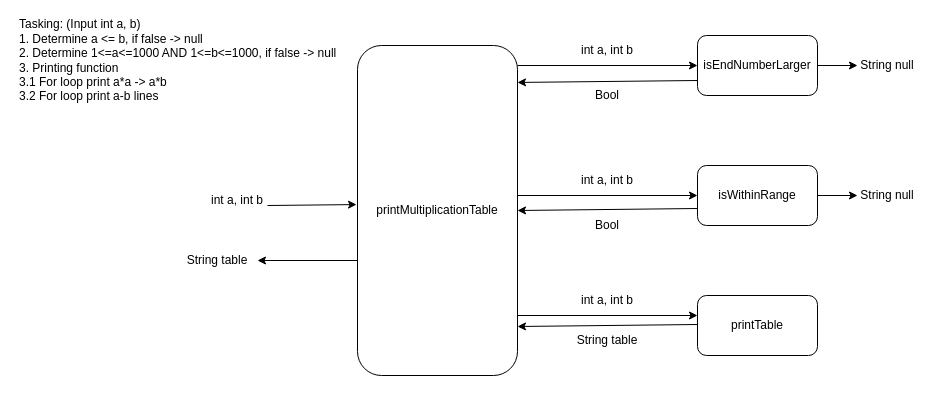
Above: n*n.drawio in tommy200401/Java_ConceptMap (draw.io), before the change. Source tidied: cells renumbered, new cells numbered last; positions are measured from the earlier drawing's top-left corner, leaving out a move shared by most shapes. Both pictures are drawn from the tidied source at 100%, with x=0, y=0 at pixel (17, 35).
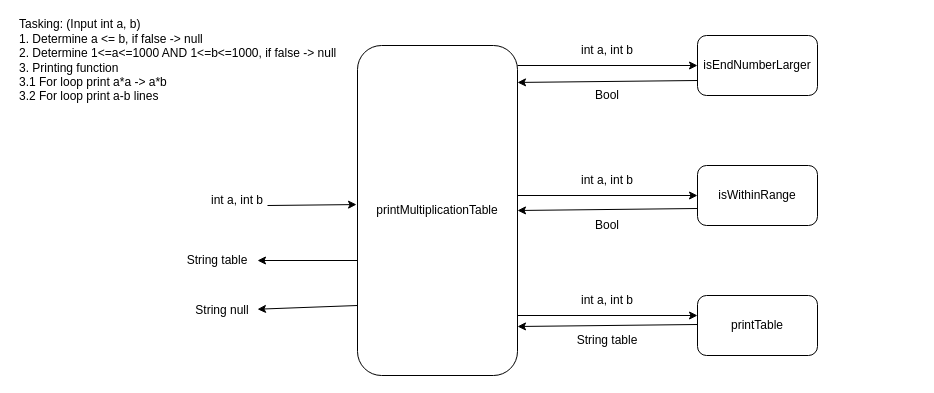
The same diagram, later.

Change to the diagram source:
```diff
@@
-    <mxCell id="11" style="endArrow=classic;html=1;rounded=0;" parent="1" edge="1" target="12">
-      <mxGeometry relative="1" as="geometry">
-        <mxPoint x="800" y="30" as="sourcePoint" />
-      </mxGeometry>
-    </mxCell>
-    <mxCell id="12" value="String null" style="text;html=1;strokeColor=none;fillColor=none;align=center;verticalAlign=middle;whiteSpace=wrap;rounded=0;" parent="1" vertex="1">
-      <mxGeometry x="840" y="15" width="60" height="30" as="geometry" />
-    </mxCell>
-    <mxCell id="13" style="endArrow=classic;html=1;rounded=0;" parent="1" edge="1" target="14">
-      <mxGeometry relative="1" as="geometry">
-        <mxPoint x="800" y="160" as="sourcePoint" />
-      </mxGeometry>
-    </mxCell>
-    <mxCell id="14" value="String null" style="text;html=1;strokeColor=none;fillColor=none;align=center;verticalAlign=middle;whiteSpace=wrap;rounded=0;" parent="1" vertex="1">
-      <mxGeometry x="840" y="145" width="60" height="30" as="geometry" />
-    </mxCell>
@@
+    <mxCell id="27" style="endArrow=classic;html=1;rounded=0;" parent="1" edge="1" target="28">
+      <mxGeometry relative="1" as="geometry">
+        <mxPoint x="340" y="270" as="sourcePoint" />
+      </mxGeometry>
+    </mxCell>
+    <mxCell id="28" value="String null" style="text;html=1;strokeColor=none;fillColor=none;align=center;verticalAlign=middle;whiteSpace=wrap;rounded=0;" parent="1" vertex="1">
+      <mxGeometry x="170" y="260" width="70" height="30" as="geometry" />
+    </mxCell>
```
